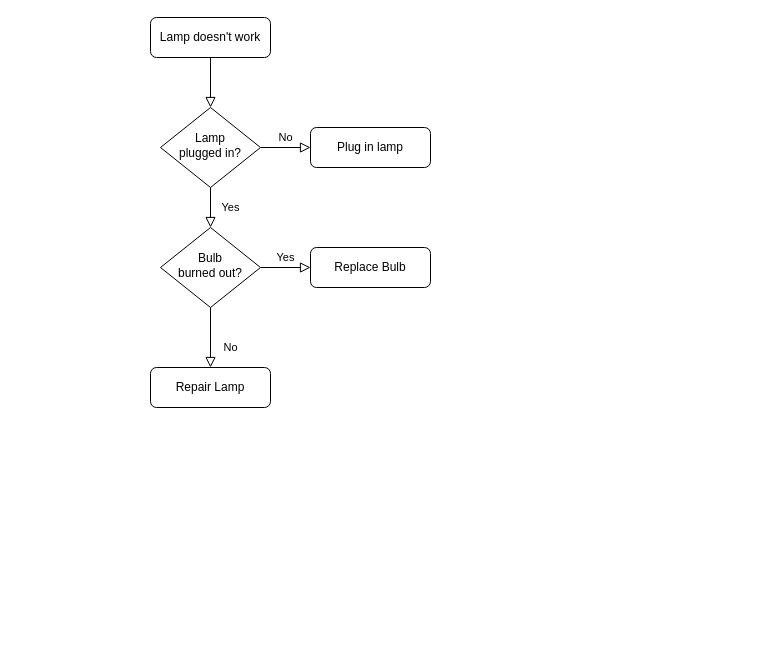
Before: hacktoberfest.drawio in Angela-zw/test, a draw.io diagram. Source tidied: cells renumbered, new cells numbered last; positions are measured from the earlier drawing's top-left corner, leaving out a move shared by most shapes. Both pictures are drawn from the tidied source at 100%, with x=0, y=0 at pixel (150, 17).
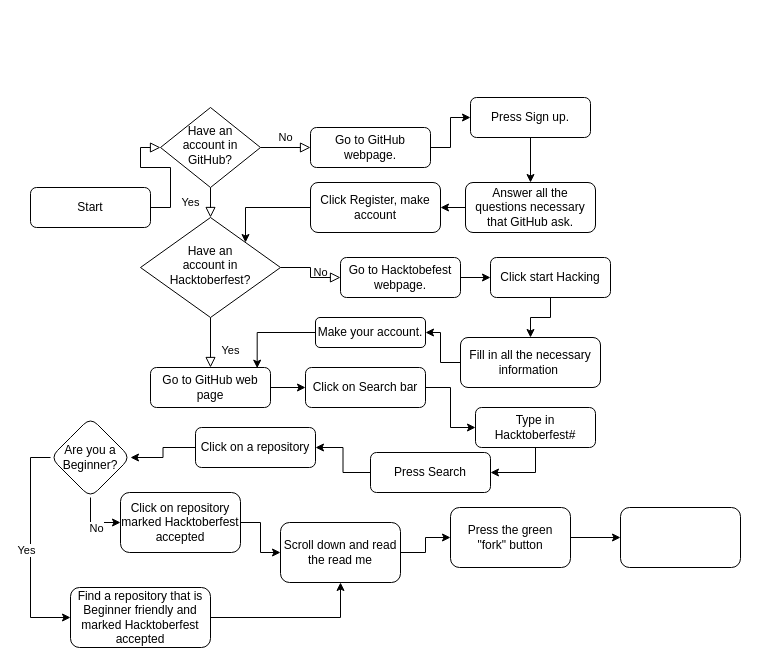
The same diagram, later.

What changed in the source:
```diff
@@
-    <mxCell id="3" value="Lamp doesn't work" style="rounded=1;whiteSpace=wrap;html=1;fontSize=12;glass=0;strokeWidth=1;shadow=0;" parent="1" vertex="1">
-      <mxGeometry width="120" height="40" as="geometry" />
+    <mxCell id="3" value="Start" style="rounded=1;whiteSpace=wrap;html=1;fontSize=12;glass=0;strokeWidth=1;shadow=0;" parent="1" vertex="1">
+      <mxGeometry x="-120" y="170" width="120" height="40" as="geometry" />
     </mxCell>
@@
-    <mxCell id="6" value="Lamp&lt;br&gt;plugged in?" style="rhombus;whiteSpace=wrap;html=1;shadow=0;fontFamily=Helvetica;fontSize=12;align=center;strokeWidth=1;spacing=6;spacingTop=-4;" parent="1" vertex="1">
+    <mxCell id="6" value="Have an account in GitHub?" style="rhombus;whiteSpace=wrap;html=1;shadow=0;fontFamily=Helvetica;fontSize=12;align=center;strokeWidth=1;spacing=6;spacingTop=-4;" parent="1" vertex="1">
       <mxGeometry x="10" y="90" width="100" height="80" as="geometry" />
     </mxCell>
+    <mxCell id="13" style="edgeStyle=orthogonalEdgeStyle;rounded=0;jettySize=auto;html=1;" parent="1" edge="1" source="7" target="17">
+      <mxGeometry relative="1" as="geometry" />
+    </mxCell>
-    <mxCell id="7" value="Plug in lamp" style="rounded=1;whiteSpace=wrap;html=1;fontSize=12;glass=0;strokeWidth=1;shadow=0;" parent="1" vertex="1">
+    <mxCell id="7" value="Go to GitHub webpage." style="rounded=1;whiteSpace=wrap;html=1;fontSize=12;glass=0;strokeWidth=1;shadow=0;" parent="1" vertex="1">
       <mxGeometry x="160" y="110" width="120" height="40" as="geometry" />
     </mxCell>
-    <mxCell id="8" value="No" style="rounded=0;html=1;jettySize=auto;fontSize=11;endArrow=block;endFill=0;endSize=8;strokeWidth=1;shadow=0;labelBackgroundColor=none;edgeStyle=orthogonalEdgeStyle;" parent="1" edge="1" source="10" target="11">
+    <mxCell id="8" value="Yes" style="rounded=0;html=1;jettySize=auto;fontSize=11;endArrow=block;endFill=0;endSize=8;strokeWidth=1;shadow=0;labelBackgroundColor=none;edgeStyle=orthogonalEdgeStyle;" parent="1" edge="1" source="10" target="11">
       <mxGeometry x="0.33" y="20" relative="1" as="geometry" />
     </mxCell>
-    <mxCell id="9" value="Yes" style="edgeStyle=orthogonalEdgeStyle;rounded=0;html=1;jettySize=auto;fontSize=11;endArrow=block;endFill=0;endSize=8;strokeWidth=1;shadow=0;labelBackgroundColor=none;" parent="1" edge="1" source="10" target="12">
+    <mxCell id="9" value="No" style="edgeStyle=orthogonalEdgeStyle;rounded=0;html=1;jettySize=auto;fontSize=11;endArrow=block;endFill=0;endSize=8;strokeWidth=1;shadow=0;labelBackgroundColor=none;" parent="1" edge="1" source="10" target="12">
       <mxGeometry y="10" relative="1" as="geometry" />
     </mxCell>
-    <mxCell id="10" value="Bulb&lt;br&gt;burned out?" style="rhombus;whiteSpace=wrap;html=1;shadow=0;fontFamily=Helvetica;fontSize=12;align=center;strokeWidth=1;spacing=6;spacingTop=-4;" parent="1" vertex="1">
-      <mxGeometry x="10" y="210" width="100" height="80" as="geometry" />
+    <mxCell id="10" value="Have an &lt;br&gt;account in Hacktoberfest?" style="rhombus;whiteSpace=wrap;html=1;shadow=0;fontFamily=Helvetica;fontSize=12;align=center;strokeWidth=1;spacing=6;spacingTop=-4;" parent="1" vertex="1">
+      <mxGeometry x="-10" y="200" width="140" height="100" as="geometry" />
     </mxCell>
+    <mxCell id="14" style="edgeStyle=orthogonalEdgeStyle;rounded=0;jettySize=auto;html=1;" parent="1" edge="1" source="11" target="29">
+      <mxGeometry relative="1" as="geometry" />
+    </mxCell>
-    <mxCell id="11" value="Repair Lamp" style="rounded=1;whiteSpace=wrap;html=1;fontSize=12;glass=0;strokeWidth=1;shadow=0;" parent="1" vertex="1">
+    <mxCell id="11" value="Go to GitHub web page" style="rounded=1;whiteSpace=wrap;html=1;fontSize=12;glass=0;strokeWidth=1;shadow=0;" parent="1" vertex="1">
       <mxGeometry y="350" width="120" height="40" as="geometry" />
     </mxCell>
+    <mxCell id="15" style="edgeStyle=orthogonalEdgeStyle;rounded=0;jettySize=auto;html=1;" parent="1" edge="1" source="12" target="23">
+      <mxGeometry relative="1" as="geometry" />
+    </mxCell>
-    <mxCell id="12" value="Replace Bulb" style="rounded=1;whiteSpace=wrap;html=1;fontSize=12;glass=0;strokeWidth=1;shadow=0;" parent="1" vertex="1">
-      <mxGeometry x="160" y="230" width="120" height="40" as="geometry" />
+    <mxCell id="12" value="Go to Hacktobefest webpage." style="rounded=1;whiteSpace=wrap;html=1;fontSize=12;glass=0;strokeWidth=1;shadow=0;" parent="1" vertex="1">
+      <mxGeometry x="190" y="240" width="120" height="40" as="geometry" />
     </mxCell>
+    <mxCell id="16" style="edgeStyle=orthogonalEdgeStyle;rounded=0;jettySize=auto;html=1;" parent="1" edge="1" source="17" target="19">
+      <mxGeometry relative="1" as="geometry" />
+    </mxCell>
+    <mxCell id="17" value="Press Sign up." style="rounded=1;whiteSpace=wrap;html=1;fontSize=12;glass=0;strokeWidth=1;shadow=0;" parent="1" vertex="1">
+      <mxGeometry x="320" y="80" width="120" height="40" as="geometry" />
+    </mxCell>
+    <mxCell id="18" style="edgeStyle=orthogonalEdgeStyle;rounded=0;jettySize=auto;html=1;" parent="1" edge="1" source="19" target="21">
+      <mxGeometry relative="1" as="geometry" />
+    </mxCell>
+    <mxCell id="19" value="Answer all the questions necessary that GitHub ask." style="rounded=1;whiteSpace=wrap;html=1;fontSize=12;glass=0;strokeWidth=1;shadow=0;" parent="1" vertex="1">
+      <mxGeometry x="315" y="165" width="130" height="50" as="geometry" />
+    </mxCell>
+    <mxCell id="20" style="edgeStyle=orthogonalEdgeStyle;rounded=0;jettySize=auto;html=1;entryX=1;entryY=0;entryDx=0;entryDy=0;" parent="1" edge="1" source="21" target="10">
+      <mxGeometry relative="1" as="geometry">
+        <Array as="points">
+          <mxPoint x="95" y="190" />
+        </Array>
+      </mxGeometry>
+    </mxCell>
+    <mxCell id="21" value="Click Register, make account" style="rounded=1;whiteSpace=wrap;html=1;fontSize=12;glass=0;strokeWidth=1;shadow=0;" parent="1" vertex="1">
+      <mxGeometry x="160" y="165" width="130" height="50" as="geometry" />
+    </mxCell>
+    <mxCell id="22" style="edgeStyle=orthogonalEdgeStyle;rounded=0;jettySize=auto;html=1;" parent="1" edge="1" source="23" target="25">
+      <mxGeometry relative="1" as="geometry" />
+    </mxCell>
+    <mxCell id="23" value="Click start Hacking" style="rounded=1;whiteSpace=wrap;html=1;fontSize=12;glass=0;strokeWidth=1;shadow=0;" parent="1" vertex="1">
+      <mxGeometry x="340" y="240" width="120" height="40" as="geometry" />
+    </mxCell>
+    <mxCell id="24" style="edgeStyle=orthogonalEdgeStyle;rounded=0;jettySize=auto;html=1;" parent="1" edge="1" source="25" target="27">
+      <mxGeometry relative="1" as="geometry" />
+    </mxCell>
+    <mxCell id="25" value="Fill in all the necessary information&amp;nbsp;" style="rounded=1;whiteSpace=wrap;html=1;fontSize=12;glass=0;strokeWidth=1;shadow=0;" parent="1" vertex="1">
+      <mxGeometry x="310" y="320" width="140" height="50" as="geometry" />
+    </mxCell>
+    <mxCell id="26" style="edgeStyle=orthogonalEdgeStyle;rounded=0;jettySize=auto;html=1;entryX=0.889;entryY=0.017;entryDx=0;entryDy=0;entryPerimeter=0;" parent="1" edge="1" source="27" target="11">
+      <mxGeometry relative="1" as="geometry" />
+    </mxCell>
+    <mxCell id="27" value="Make your account." style="rounded=1;whiteSpace=wrap;html=1;fontSize=12;glass=0;strokeWidth=1;shadow=0;" parent="1" vertex="1">
+      <mxGeometry x="165" y="300" width="110" height="30" as="geometry" />
+    </mxCell>
+    <mxCell id="28" style="edgeStyle=orthogonalEdgeStyle;rounded=0;jettySize=auto;html=1;" parent="1" edge="1" source="29" target="31">
+      <mxGeometry relative="1" as="geometry" />
+    </mxCell>
+    <mxCell id="29" value="Click on Search bar" style="rounded=1;whiteSpace=wrap;html=1;fontSize=12;glass=0;strokeWidth=1;shadow=0;" parent="1" vertex="1">
+      <mxGeometry x="155" y="350" width="120" height="40" as="geometry" />
+    </mxCell>
+    <mxCell id="30" style="edgeStyle=orthogonalEdgeStyle;rounded=0;jettySize=auto;html=1;entryX=1;entryY=0.5;entryDx=0;entryDy=0;" parent="1" edge="1" source="31" target="33">
+      <mxGeometry relative="1" as="geometry" />
+    </mxCell>
+    <mxCell id="31" value="Type in Hacktoberfest#" style="rounded=1;whiteSpace=wrap;html=1;fontSize=12;glass=0;strokeWidth=1;shadow=0;" parent="1" vertex="1">
+      <mxGeometry x="325" y="390" width="120" height="40" as="geometry" />
+    </mxCell>
+    <mxCell id="32" style="edgeStyle=orthogonalEdgeStyle;rounded=0;jettySize=auto;html=1;" parent="1" edge="1" source="33" target="35">
+      <mxGeometry relative="1" as="geometry" />
+    </mxCell>
+    <mxCell id="33" value="Press Search" style="rounded=1;whiteSpace=wrap;html=1;fontSize=12;glass=0;strokeWidth=1;shadow=0;" parent="1" vertex="1">
+      <mxGeometry x="220" y="435" width="120" height="40" as="geometry" />
+    </mxCell>
+    <mxCell id="34" style="edgeStyle=orthogonalEdgeStyle;rounded=0;jettySize=auto;html=1;" parent="1" edge="1" source="35" target="40">
+      <mxGeometry relative="1" as="geometry" />
+    </mxCell>
+    <mxCell id="35" value="Click on a repository" style="rounded=1;whiteSpace=wrap;html=1;fontSize=12;glass=0;strokeWidth=1;shadow=0;" parent="1" vertex="1">
+      <mxGeometry x="45" y="410" width="120" height="40" as="geometry" />
+    </mxCell>
+    <mxCell id="36" style="edgeStyle=orthogonalEdgeStyle;rounded=0;jettySize=auto;html=1;entryX=0;entryY=0.5;entryDx=0;entryDy=0;exitX=0;exitY=0.5;exitDx=0;exitDy=0;" parent="1" edge="1" source="40" target="42">
+      <mxGeometry relative="1" as="geometry" />
+    </mxCell>
+    <mxCell id="37" value="Yes" style="edgeLabel;html=1;align=center;verticalAlign=middle;" parent="36" vertex="1">
+      <mxGeometry x="0.02" y="-5" relative="1" as="geometry" />
+    </mxCell>
+    <mxCell id="38" style="edgeStyle=orthogonalEdgeStyle;rounded=0;jettySize=auto;html=1;entryX=0;entryY=0.5;entryDx=0;entryDy=0;" parent="1" edge="1" source="40" target="44">
+      <mxGeometry relative="1" as="geometry" />
+    </mxCell>
+    <mxCell id="39" value="No" style="edgeLabel;html=1;align=center;verticalAlign=middle;" parent="38" vertex="1">
+      <mxGeometry x="0.08" y="-5" relative="1" as="geometry" />
+    </mxCell>
+    <mxCell id="40" value="Are you a Beginner?" style="rhombus;whiteSpace=wrap;html=1;rounded=1;glass=0;strokeWidth=1;shadow=0;" parent="1" vertex="1">
+      <mxGeometry x="-100" y="400" width="80" height="80" as="geometry" />
+    </mxCell>
+    <mxCell id="41" style="edgeStyle=orthogonalEdgeStyle;rounded=0;jettySize=auto;html=1;" parent="1" edge="1" source="42" target="46">
+      <mxGeometry relative="1" as="geometry" />
+    </mxCell>
+    <mxCell id="42" value="Find a repository that is Beginner friendly and marked Hacktoberfest accepted" style="whiteSpace=wrap;html=1;rounded=1;glass=0;strokeWidth=1;shadow=0;" parent="1" vertex="1">
+      <mxGeometry x="-80" y="570" width="140" height="60" as="geometry" />
+    </mxCell>
+    <mxCell id="43" style="edgeStyle=orthogonalEdgeStyle;rounded=0;jettySize=auto;html=1;" parent="1" edge="1" source="44" target="46">
+      <mxGeometry relative="1" as="geometry" />
+    </mxCell>
+    <mxCell id="44" value="Click on repository marked Hacktoberfest accepted" style="whiteSpace=wrap;html=1;rounded=1;glass=0;strokeWidth=1;shadow=0;" parent="1" vertex="1">
+      <mxGeometry x="-30" y="475" width="120" height="60" as="geometry" />
+    </mxCell>
+    <mxCell id="45" style="edgeStyle=orthogonalEdgeStyle;rounded=0;jettySize=auto;html=1;" parent="1" edge="1" source="46" target="48">
+      <mxGeometry relative="1" as="geometry" />
+    </mxCell>
+    <mxCell id="46" value="Scroll down and read the read me" style="whiteSpace=wrap;html=1;rounded=1;glass=0;strokeWidth=1;shadow=0;" parent="1" vertex="1">
+      <mxGeometry x="130" y="505" width="120" height="60" as="geometry" />
+    </mxCell>
+    <mxCell id="47" style="edgeStyle=orthogonalEdgeStyle;rounded=0;jettySize=auto;html=1;" parent="1" edge="1" source="48" target="49">
+      <mxGeometry relative="1" as="geometry" />
+    </mxCell>
+    <mxCell id="48" value="Press the green &lt;br&gt;&quot;fork&quot; button" style="whiteSpace=wrap;html=1;rounded=1;glass=0;strokeWidth=1;shadow=0;" parent="1" vertex="1">
+      <mxGeometry x="300" y="490" width="120" height="60" as="geometry" />
+    </mxCell>
+    <mxCell id="49" style="whiteSpace=wrap;html=1;rounded=1;glass=0;strokeWidth=1;shadow=0;" parent="1" vertex="1">
+      <mxGeometry x="470" y="490" width="120" height="60" as="geometry" />
+    </mxCell>
```
